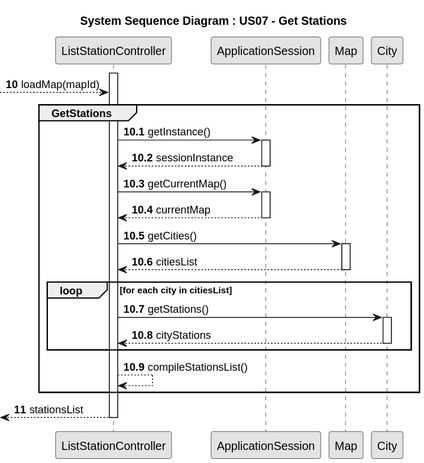
Earlier version of the PlantUML export docs/system-documentation/Sprint 3/US07/03.design/svg/US07-SD-get-stations.svg (HenriqueSilva18/Railway-Network-Simulator).
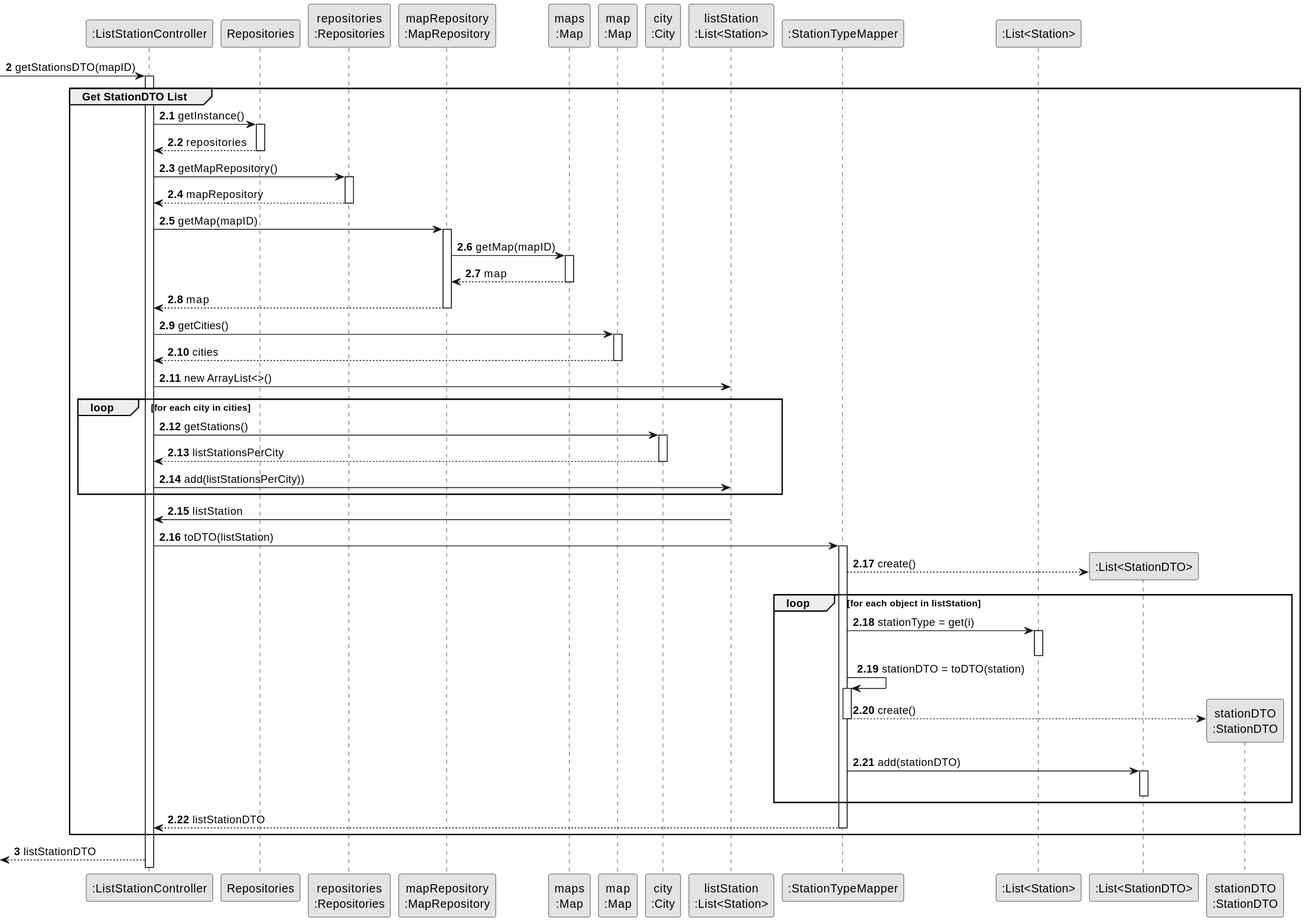
After the change.

What changed in the source:
```diff
@@ -2,47 +2,92 @@
 skinparam monochrome true
 skinparam packageStyle rectangle
 skinparam shadowing false
-autonumber
 
-title System Sequence Diagram : US07 - Get Stations
+participant ":ListStationController" as CTRL
+participant "Repositories" as REPOS
+participant "repositories\n:Repositories" as REPOS_SINGLETON
+participant "mapRepository\n:MapRepository" as MAP_REPO
+participant "maps\n:Map" as MAPS
+participant "map\n:Map" as MAP
+participant "city\n:City" as CITY
+participant "listStation\n:List<Station>" as listStation
 
-participant ListStationController
-participant ApplicationSession
-participant Map
-participant City
-autonumber
-activate ListStationController
+participant ":StationTypeMapper" as STATION_MAPPER
+participant ":List<Station>" as STATION_LIST
+participant ":List<StationDTO>" as STATION_LIST_DTO
+participant "stationDTO\n:StationDTO" as STATION_DTO
 
-autonumber 10
---> ListStationController: loadMap(mapId)
+autonumber 2
+-> CTRL: getStationsDTO(mapID)
 
-group GetStations
-autonumber 10.1
-  ListStationController -> ApplicationSession : getInstance()
-  activate ApplicationSession
-  ApplicationSession --> ListStationController : sessionInstance
-  deactivate ApplicationSession
+autonumber 2.1
+activate CTRL
+    group Get StationDTO List
 
-  ListStationController -> ApplicationSession : getCurrentMap()
-  activate ApplicationSession
-  ApplicationSession --> ListStationController : currentMap
-  deactivate ApplicationSession
+        CTRL -> REPOS : getInstance()
+        activate REPOS
+            REPOS --> CTRL: repositories
+        deactivate REPOS
 
-  ListStationController -> Map : getCities()
-  activate Map
-  Map --> ListStationController : citiesList
-  deactivate Map
+        CTRL -> REPOS_SINGLETON: getMapRepository()
+        activate REPOS_SINGLETON
+            REPOS_SINGLETON --> CTRL: mapRepository
+        deactivate REPOS_SINGLETON
 
-  loop for each city in citiesList
-    ListStationController -> City : getStations()
-    activate City
-    City --> ListStationController : cityStations
-    deactivate City
-  end
+        CTRL -> MAP_REPO: getMap(mapID)
+        activate MAP_REPO
+            MAP_REPO -> MAPS: getMap(mapID)
+            activate MAPS
 
-  ListStationController --> ListStationController : compileStationsList()
-end
-autonumber 11
-<-- ListStationController: stationsList
-deactivate ListStationController
+                MAPS --> MAP_REPO : map
+            deactivate MAPS
+            MAP_REPO --> CTRL: map
+        deactivate MAP_REPO
+
+        CTRL -> MAP: getCities()
+
+        activate MAP
+        MAP --> CTRL: cities
+        deactivate MAP
+
+
+        CTRL -> listStation : new ArrayList<>()
+
+        loop for each city in cities
+            CTRL -> CITY: getStations()
+            activate CITY
+                CITY --> CTRL: listStationsPerCity
+            deactivate CITY
+                CTRL -> listStation: add(listStationsPerCity))
+        end
+
+        listStation -> CTRL: listStation
+        deactivate MAP
+
+        CTRL -> STATION_MAPPER: toDTO(listStation)
+                activate STATION_MAPPER
+
+                    STATION_MAPPER --> STATION_LIST_DTO**: create()
+
+                    loop for each object in listStation
+                        STATION_MAPPER -> STATION_LIST: stationType = get(i)
+                        activate STATION_LIST
+                            deactivate STATION_LIST
+
+                        STATION_MAPPER -> STATION_MAPPER: stationDTO = toDTO(station)
+                        activate STATION_MAPPER
+                            STATION_MAPPER --> STATION_DTO**: create()
+                            deactivate STATION_MAPPER
+
+                        STATION_MAPPER -> STATION_LIST_DTO: add(stationDTO)
+                        activate STATION_LIST_DTO
+                            deactivate STATION_LIST_DTO
+                    end
+
+                    STATION_MAPPER --> CTRL: listStationDTO
+                deactivate STATION_MAPPER
+
+    end
+    autonumber 3
+        <--CTRL : listStationDTO
 @enduml
```
